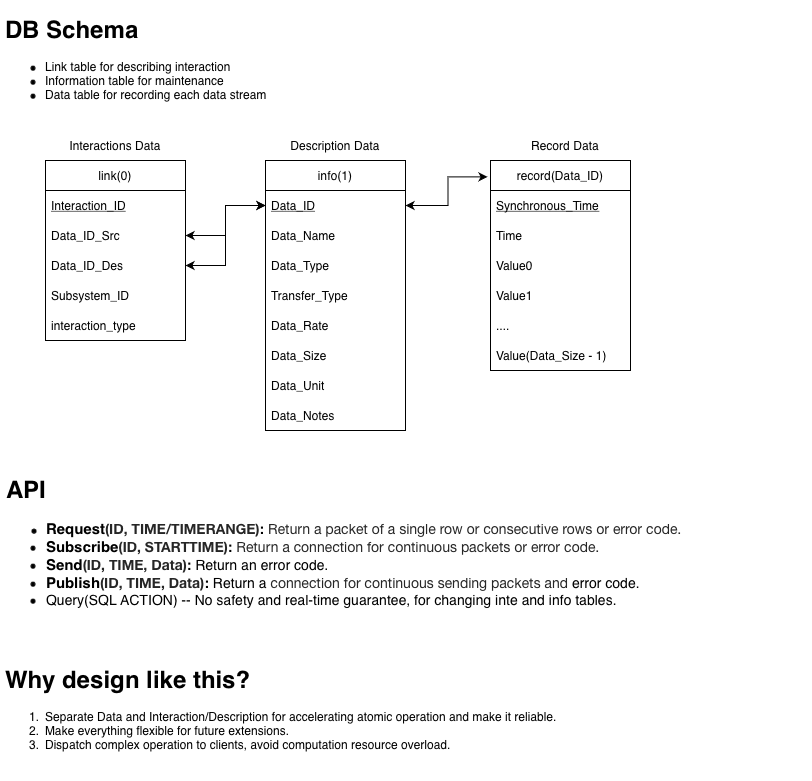
Above: img/DDS_SCHEMA.drawio.png in ChuanyuXue/NASA-RETHi-DRDS (draw.io), before the change. Source tidied: cells renumbered, new cells last; positions are measured from the earlier drawing's top-left corner, leaving out a move shared by most shapes.
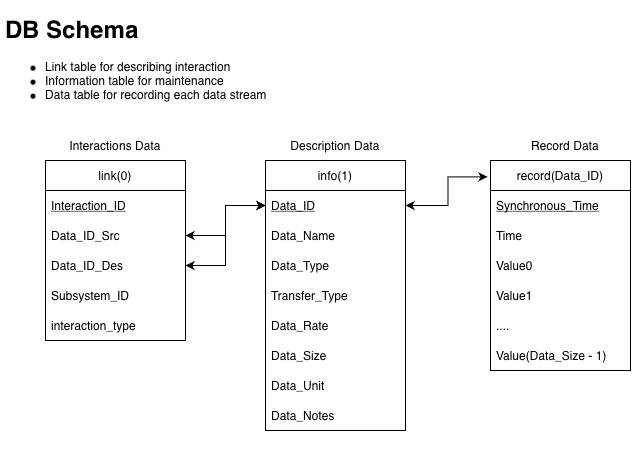
After the commit.

Commit message:
Update high-level design

What changed in the source:
```diff
@@ -5,12 +5,6 @@
     <mxCell id="2" value="&lt;h1&gt;DB Schema&lt;/h1&gt;&lt;p&gt;&lt;/p&gt;&lt;ul&gt;&lt;li&gt;Link table for describing interaction&lt;/li&gt;&lt;li&gt;Information table for maintenance&amp;nbsp;&lt;/li&gt;&lt;li&gt;Data table for recording each data stream&lt;/li&gt;&lt;/ul&gt;&lt;p&gt;&lt;/p&gt;" style="text;html=1;strokeColor=none;fillColor=none;spacing=5;spacingTop=-20;whiteSpace=wrap;overflow=hidden;rounded=0;" parent="1" vertex="1">
       <mxGeometry width="520" height="120" as="geometry" />
     </mxCell>
-    <mxCell id="3" value="&lt;h1&gt;Why design like this?&lt;/h1&gt;&lt;div&gt;&lt;ol&gt;&lt;li&gt;Separate Data and Interaction/Description for accelerating atomic operation and make it reliable.&lt;/li&gt;&lt;li&gt;Make everything flexible for future extensions.&lt;/li&gt;&lt;li&gt;Dispatch complex operation to clients, avoid computation resource overload.&lt;/li&gt;&lt;/ol&gt;&lt;/div&gt;" style="text;html=1;strokeColor=none;fillColor=none;spacing=5;spacingTop=-20;whiteSpace=wrap;overflow=hidden;rounded=0;" parent="1" vertex="1">
-      <mxGeometry y="650" width="720" height="120" as="geometry" />
-    </mxCell>
-    <mxCell id="4" value="&lt;h1&gt;API&lt;/h1&gt;&lt;ul&gt;&lt;li style=&quot;text-indent: 0px&quot;&gt;&lt;b&gt;&lt;span style=&quot;text-indent: -44px ; font-size: 15px&quot;&gt;Request&lt;/span&gt;&lt;span style=&quot;font-size: 14px ; color: rgba(0 , 0 , 0 , 0.85) ; font-family: &amp;#34;helvetica neue&amp;#34; ; text-indent: -44px&quot;&gt;(ID, TIME/TIMERANGE)&lt;/span&gt;&lt;span style=&quot;font-size: 14px&quot;&gt;:&lt;/span&gt;&lt;/b&gt;&lt;span style=&quot;font-size: 14px&quot;&gt;&amp;nbsp;&lt;/span&gt;&lt;span style=&quot;font-size: 14px ; color: rgba(0 , 0 , 0 , 0.85) ; font-family: &amp;#34;helvetica neue&amp;#34; ; text-indent: -44px&quot;&gt;Return a packet of a single row or consecutive rows or error code.&lt;/span&gt;&lt;/li&gt;&lt;li style=&quot;font-size: 14px&quot;&gt;&lt;b&gt;&lt;font style=&quot;font-size: 15px&quot;&gt;Subscribe&lt;/font&gt;&lt;span style=&quot;color: rgba(0 , 0 , 0 , 0.85) ; font-family: &amp;#34;helvetica neue&amp;#34; ; font-size: 14px ; text-indent: -44px&quot;&gt;(ID, STARTTIME)&lt;/span&gt;:&amp;nbsp;&lt;/b&gt;&lt;span style=&quot;color: rgba(0 , 0 , 0 , 0.85) ; font-family: &amp;#34;helvetica neue&amp;#34; ; font-size: 14px ; text-indent: -44px&quot;&gt;Return a connection for continuous packets or error code.&lt;/span&gt;&lt;/li&gt;&lt;li style=&quot;font-size: 14px&quot;&gt;&lt;b&gt;&lt;font style=&quot;font-size: 15px&quot;&gt;Send&lt;/font&gt;&lt;span style=&quot;color: rgba(0 , 0 , 0 , 0.85) ; font-family: &amp;#34;helvetica neue&amp;#34; ; font-size: 14px ; text-indent: -44px&quot;&gt;(ID, TIME, Data)&lt;/span&gt;:&lt;/b&gt;&amp;nbsp;Return an error code.&lt;/li&gt;&lt;li style=&quot;font-size: 14px&quot;&gt;&lt;b&gt;&lt;font style=&quot;font-size: 15px&quot;&gt;Publish&lt;/font&gt;&lt;span style=&quot;color: rgba(0 , 0 , 0 , 0.85) ; font-family: &amp;#34;helvetica neue&amp;#34; ; font-size: 14px ; text-indent: -44px&quot;&gt;(ID, TIME, Data)&lt;/span&gt;:&lt;/b&gt;&amp;nbsp;Return a&amp;nbsp;&lt;span style=&quot;color: rgba(0 , 0 , 0 , 0.85) ; font-family: &amp;#34;helvetica neue&amp;#34; ; text-indent: -44px&quot;&gt;connection for continuous sending packets and&lt;/span&gt;&amp;nbsp;error code.&lt;/li&gt;&lt;li style=&quot;font-size: 14px&quot;&gt;Query(SQL ACTION) -- No safety and real-time guarantee, for changing inte and info tables.&lt;/li&gt;&lt;/ul&gt;&lt;p&gt;&lt;/p&gt;" style="text;html=1;strokeColor=none;fillColor=none;spacing=5;spacingTop=-20;whiteSpace=wrap;overflow=hidden;rounded=0;" parent="1" vertex="1">
-      <mxGeometry x="1" y="460" width="810" height="180" as="geometry" />
-    </mxCell>
     <mxCell id="5" style="group;" parent="1" vertex="1">
       <mxGeometry x="40" y="120" width="600" height="330" as="geometry" />
     </mxCell>
```
